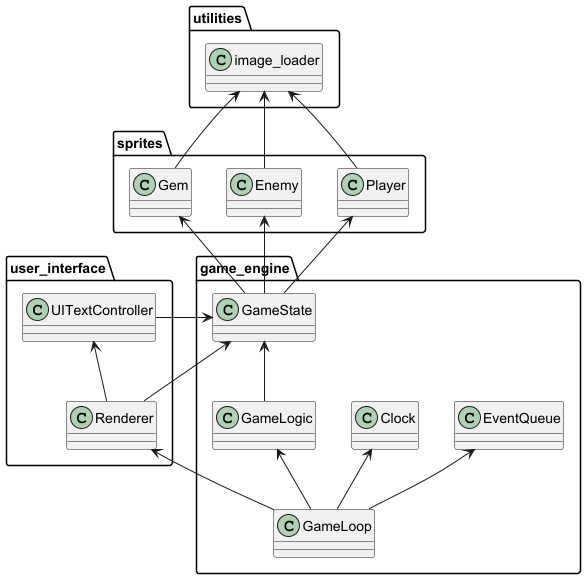
hojahoja/Gem-Poacher keeps this PlantUML diagram as documentation/images/package_diagram.png. Above is the earlier version.
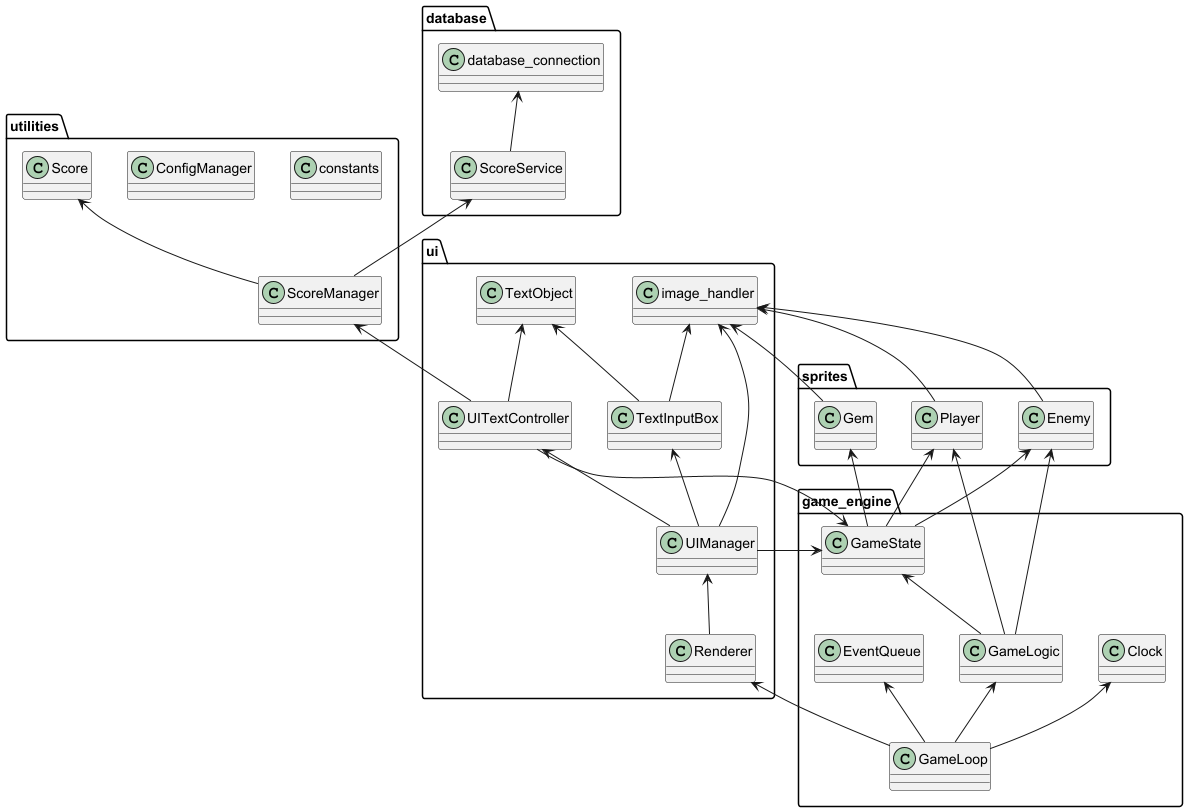
The same diagram one commit later.

What changed in the source:
```diff
@@ -1,41 +1,68 @@
 @startuml
 package "sprites" {
-        class "Player"
-        class "Enemy"
-        class "Gem"
+    class "Player"
+    class "Enemy"
+    class "Gem"
 }
 
 package "game_engine" {
-        class "GameLoop"
-        class "EventQueue"
-        class "Clock"
-        class "GameState"
-        class "GameLogic"
+    class "GameLoop"
+    class "EventQueue"
+    class "Clock"
+    class "GameState"
+    class "GameLogic"
 }
 
 package "utilities" {
-        class "image_loader"
+    class "constants"
+    class "ConfigManager"
+    class "Score"
+    class "ScoreManager"
 }
 
-package "user_interface" {
-        class "Renderer"
-        class "UITextController"
+package "ui" {
+    class "image_handler"
+    class "Renderer"
+    class "UITextController"
+    class "TextInputBox"
+    class "TextObject"
+    class "UIManager"
 }
 
-image_loader <-- Player
-image_loader <-- Enemy
-image_loader <-- Gem
+package "database" {
+    class "ScoreService"
+    class "database_connection"
+}
+
+
+
+Score <-- ScoreManager
+ScoreService <-- ScoreManager
+database_connection <-- ScoreService
+
+TextObject <-- TextInputBox
+TextObject <-- UITextController
+ScoreManager <-- UITextController
+UITextController <-- UIManager
+TextInputBox <-- UIManager
+UIManager <-- Renderer
+image_handler <-- UIManager
+image_handler <-- TextInputBox
+image_handler <-- Player
+image_handler <-- Enemy
+image_handler <-- Gem
+
+GameState <-- UITextController
+GameState <-- UIManager
 Player <-- GameState
 Enemy <-- GameState
 Gem <-- GameState
+Player <-- GameLogic
+Enemy <-- GameLogic
+
+Renderer <-- GameLoop
+Clock <-- GameLoop
+EventQueue <-- GameLoop
+GameLogic <-- GameLoop
 GameState <-- GameLogic
-GameLogic <-- GameLoop
-Clock <-- GameLoop
-GameState <-- UITextController
-UITextController <-- Renderer
-GameState <-- Renderer
-Renderer <-- GameLoop
-EventQueue <-- GameLoop
-
-
 @enduml
```
